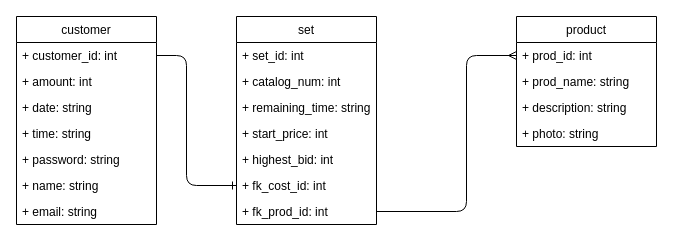
This is page "Page-3" (3 of 3) of claus/auctionhouse.drawio from OinkoIT/BE16-DBDev-DAY1-Claus-Christoph, a draw.io file, before an edit. Source tidied: cells renumbered, new cells numbered last; positions are measured from the earlier drawing's top-left corner, leaving out a move shared by most shapes. Both pictures are drawn from the tidied source at 100%, with x=0, y=0 at pixel (16, 16).
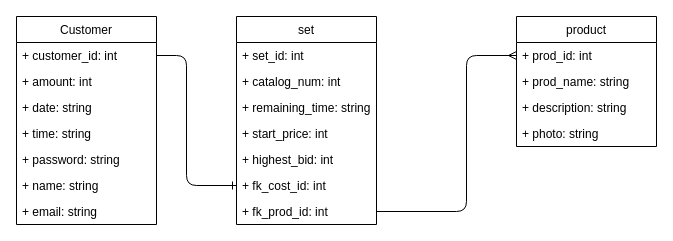
The same diagram, later.

The edit, as a diff of the source:
```diff
@@
-    <mxCell id="2" value="customer" style="swimlane;fontStyle=0;horizontal=1;startSize=26;fillColor=none;" parent="1" vertex="1">
+    <mxCell id="2" value="Customer" style="swimlane;fontStyle=0;horizontal=1;startSize=26;fillColor=none;" parent="1" vertex="1">
       <mxGeometry width="140" height="208" as="geometry" />
     </mxCell>
```
